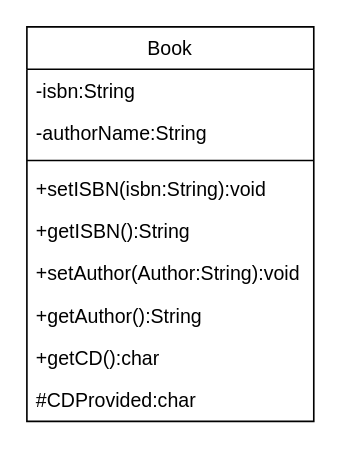
aiin-syafikah/Week-2 keeps this draw.io diagram as Exercise2ClassDiagram.drawio. Above is the earlier version. Source tidied: cells renumbered, new cells numbered last; positions are measured from the earlier drawing's top-left corner, leaving out a move shared by most shapes. Both pictures are drawn from the tidied source at 163%, with x=0, y=0 at pixel (26, 26).
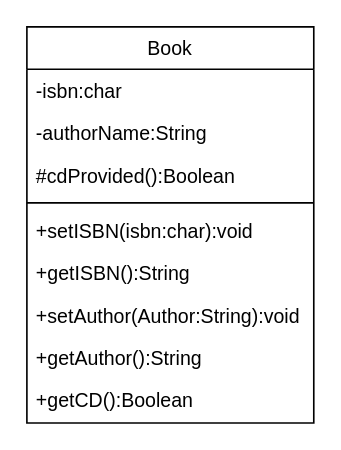
After the change.

Change to the diagram source:
```diff
@@
 <mxGraphModel>
   <root>
     <mxCell id="0" />
     <mxCell id="1" parent="0" />
     <mxCell id="2" value="Book" style="swimlane;fontStyle=0;align=center;verticalAlign=top;horizontal=1;startSize=26;rounded=0;shadow=0;strokeWidth=1;" parent="1" vertex="1">
-      <mxGeometry width="176" height="242" as="geometry" />
+      <mxGeometry width="176" height="243" as="geometry" />
     </mxCell>
-    <mxCell id="3" value="-isbn:String" style="text;align=left;verticalAlign=top;spacingLeft=4;spacingRight=4;overflow=hidden;" parent="2" vertex="1">
+    <mxCell id="3" value="-isbn:char" style="text;align=left;verticalAlign=top;spacingLeft=4;spacingRight=4;overflow=hidden;" parent="2" vertex="1">
       <mxGeometry y="26" width="176" height="26" as="geometry" />
     </mxCell>
     <mxCell id="4" value="-authorName:String" style="text;align=left;verticalAlign=top;spacingLeft=4;spacingRight=4;overflow=hidden;rounded=0;shadow=0;html=0;" parent="2" vertex="1">
       <mxGeometry y="52" width="176" height="26" as="geometry" />
     </mxCell>
+    <mxCell id="12" value="#cdProvided():Boolean" style="text;align=left;verticalAlign=top;spacingLeft=4;spacingRight=4;overflow=hidden;rounded=0;shadow=0;html=0;" parent="2" vertex="1">
+      <mxGeometry y="78" width="176" height="26" as="geometry" />
+    </mxCell>
     <mxCell id="5" style="line;html=1;strokeWidth=1;align=left;verticalAlign=middle;spacingTop=-1;spacingLeft=3;spacingRight=3;labelPosition=right;" parent="2" vertex="1">
-      <mxGeometry y="78" width="176" height="8" as="geometry" />
+      <mxGeometry y="104" width="176" height="8" as="geometry" />
     </mxCell>
-    <mxCell id="6" value="+setISBN(isbn:String):void" style="text;align=left;verticalAlign=top;spacingLeft=4;spacingRight=4;overflow=hidden;rounded=0;shadow=0;html=0;" parent="2" vertex="1">
-      <mxGeometry y="86" width="176" height="26" as="geometry" />
+    <mxCell id="6" value="+setISBN(isbn:char):void" style="text;align=left;verticalAlign=top;spacingLeft=4;spacingRight=4;overflow=hidden;rounded=0;shadow=0;html=0;" parent="2" vertex="1">
+      <mxGeometry y="112" width="176" height="26" as="geometry" />
     </mxCell>
     <mxCell id="7" value="+getISBN():String" style="text;align=left;verticalAlign=top;spacingLeft=4;spacingRight=4;overflow=hidden;" parent="2" vertex="1">
-      <mxGeometry y="112" width="176" height="26" as="geometry" />
+      <mxGeometry y="138" width="176" height="26" as="geometry" />
     </mxCell>
     <mxCell id="8" value="+setAuthor(Author:String):void" style="text;align=left;verticalAlign=top;spacingLeft=4;spacingRight=4;overflow=hidden;" parent="2" vertex="1">
-      <mxGeometry y="138" width="176" height="26" as="geometry" />
+      <mxGeometry y="164" width="176" height="26" as="geometry" />
     </mxCell>
     <mxCell id="9" value="+getAuthor():String" style="text;align=left;verticalAlign=top;spacingLeft=4;spacingRight=4;overflow=hidden;" parent="2" vertex="1">
-      <mxGeometry y="164" width="176" height="26" as="geometry" />
+      <mxGeometry y="190" width="176" height="26" as="geometry" />
     </mxCell>
-    <mxCell id="10" value="+getCD():char" style="text;align=left;verticalAlign=top;spacingLeft=4;spacingRight=4;overflow=hidden;" parent="2" vertex="1">
-      <mxGeometry y="190" width="176" height="26" as="geometry" />
+    <mxCell id="10" value="+getCD():Boolean" style="text;align=left;verticalAlign=top;spacingLeft=4;spacingRight=4;overflow=hidden;" parent="2" vertex="1">
+      <mxGeometry y="216" width="176" height="26" as="geometry" />
     </mxCell>
-    <mxCell id="11" value="#CDProvided:char" style="text;align=left;verticalAlign=top;spacingLeft=4;spacingRight=4;overflow=hidden;" parent="2" vertex="1">
-      <mxGeometry y="216" width="176" height="26" as="geometry" />
-    </mxCell>
   </root>
 </mxGraphModel>
```
